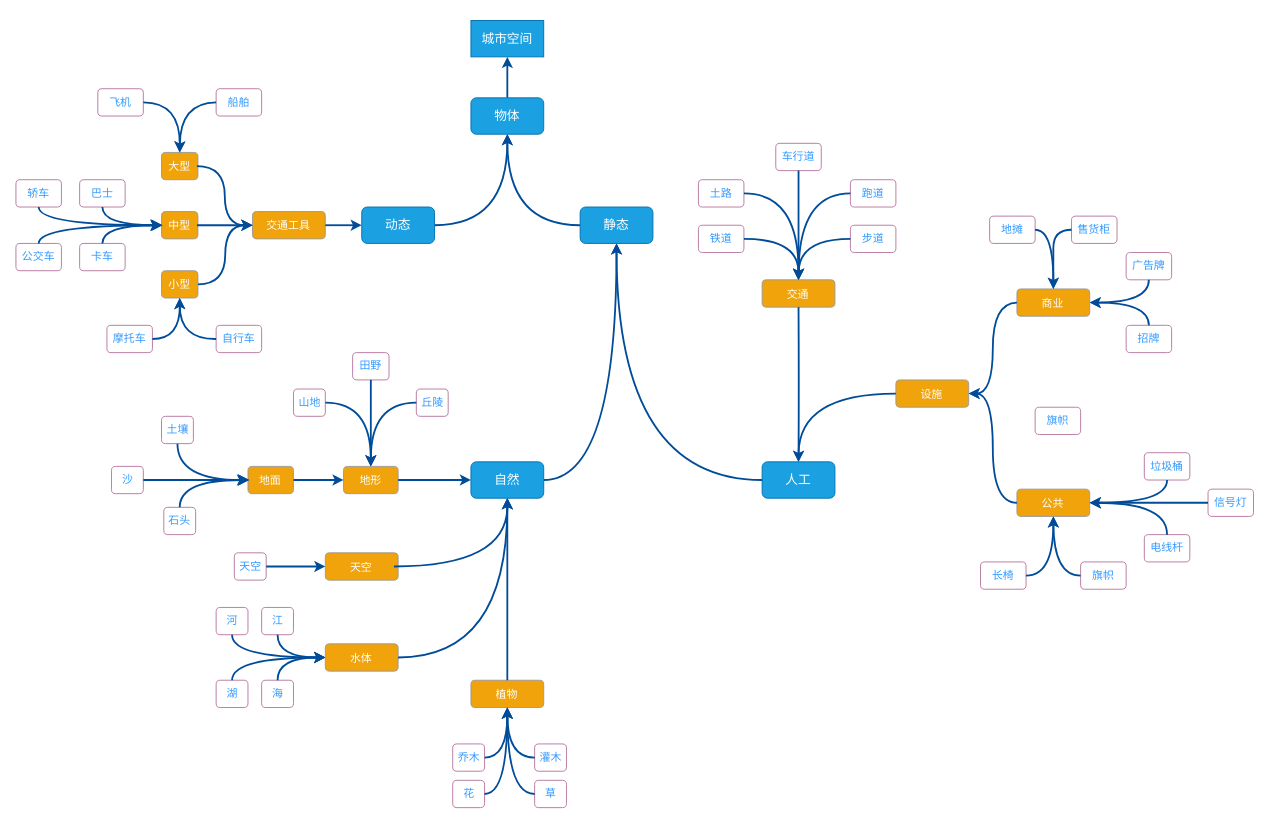
Above: Untitled Diagram.drawio in YuSekai/easytrader (draw.io), before the change. Source tidied: cells renumbered, new cells numbered last; positions are measured from the earlier drawing's top-left corner, leaving out a move shared by most shapes. Both pictures are drawn from the tidied source at 91%, with x=0, y=0 at pixel (15, 15).
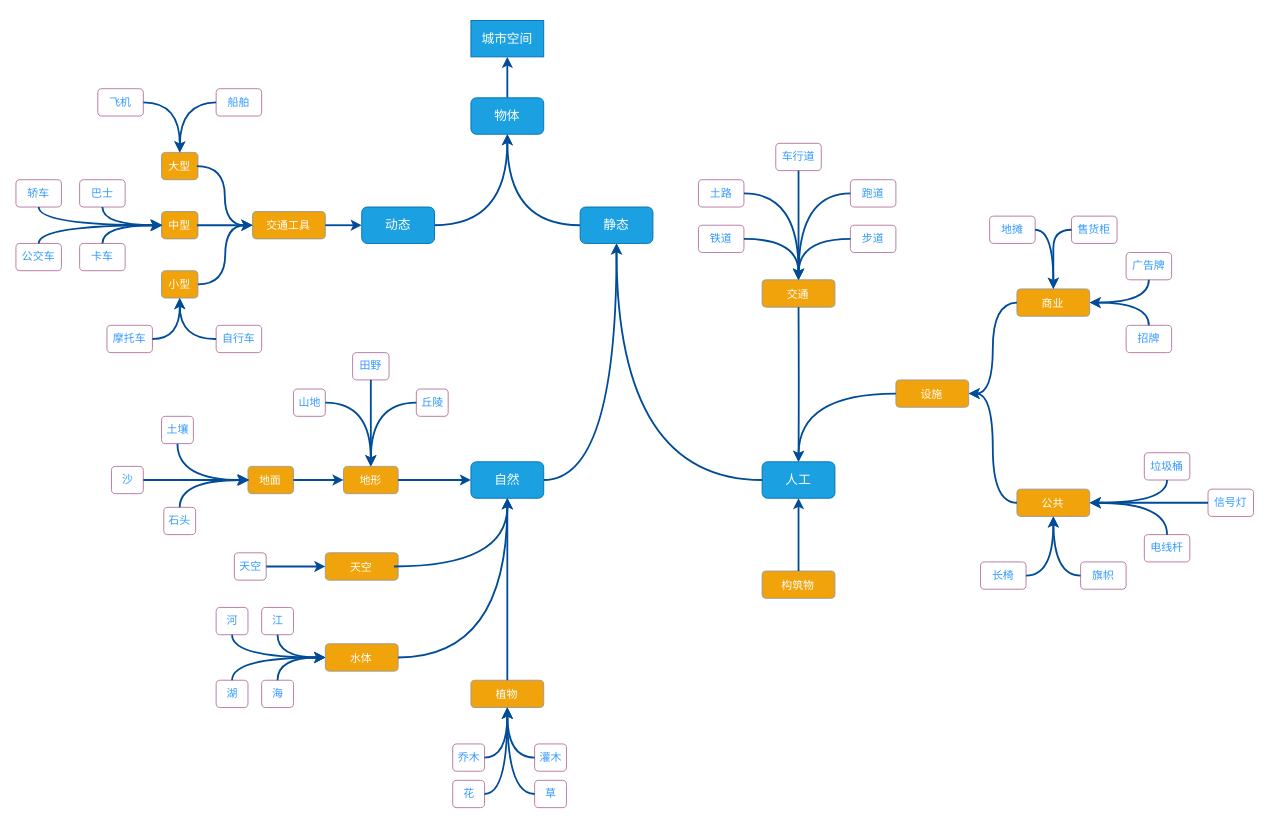
After the change.

Unchanged cells that the change refers to:
```xml
<mxCell id="61" style="rounded=1;whiteSpace=wrap;html=1;fillColor=#1ba1e2;strokeColor=#006EAF;fontColor=#ffffff;strokeWidth=1;" parent="60" vertex="1">
  <mxGeometry width="80" height="40" as="geometry" />
</mxCell>
```

The edit, as a diff of the source:
```diff
@@
-    <mxCell id="215" style="group;" parent="1" vertex="1">
-      <mxGeometry x="1120" y="430" width="50" height="30" as="geometry" />
-    </mxCell>
-    <mxCell id="216" style="rounded=1;whiteSpace=wrap;html=1;shadow=0;glass=0;sketch=0;strokeWidth=1;fontSize=14;fontColor=#FFFFFF;strokeColor=#B5739D;" parent="215" vertex="1">
-      <mxGeometry width="50" height="30" as="geometry" />
-    </mxCell>
-    <mxCell id="217" value="&lt;font color=&quot;#3399ff&quot;&gt;旗帜&lt;/font&gt;" style="text;html=1;strokeColor=none;fillColor=none;align=center;verticalAlign=middle;whiteSpace=wrap;rounded=0;shadow=0;glass=0;sketch=0;fontSize=12;fontColor=#FFFFFF;" parent="215" vertex="1">
-      <mxGeometry x="5" y="5" width="40" height="20" as="geometry" />
-    </mxCell>
@@
+    <mxCell id="229" style="group;" parent="1" vertex="1">
+      <mxGeometry x="820" y="610" width="80" height="30" as="geometry" />
+    </mxCell>
+    <mxCell id="230" style="rounded=1;whiteSpace=wrap;html=1;shadow=0;glass=0;sketch=0;strokeWidth=1;fontColor=#ffffff;fillColor=#f0a30a;strokeColor=#999999;" parent="229" vertex="1">
+      <mxGeometry width="80" height="30" as="geometry" />
+    </mxCell>
+    <mxCell id="231" value="&lt;span style=&quot;font-size: 12px&quot;&gt;构筑物&lt;/span&gt;" style="text;html=1;strokeColor=none;fillColor=none;align=center;verticalAlign=middle;whiteSpace=wrap;rounded=0;shadow=0;glass=0;sketch=0;fontColor=#FFFFFF;fontSize=14;" parent="229" vertex="1">
+      <mxGeometry x="4.4" y="5" width="71.1" height="20" as="geometry" />
+    </mxCell>
+    <mxCell id="232" style="edgeStyle=orthogonalEdgeStyle;curved=1;rounded=0;jettySize=auto;html=1;entryX=0.5;entryY=1;entryDx=0;entryDy=0;strokeColor=#004C99;strokeWidth=2;fontSize=12;fontColor=#FFFFFF;" parent="1" edge="1" source="230" target="61">
+      <mxGeometry relative="1" as="geometry" />
+    </mxCell>
```
